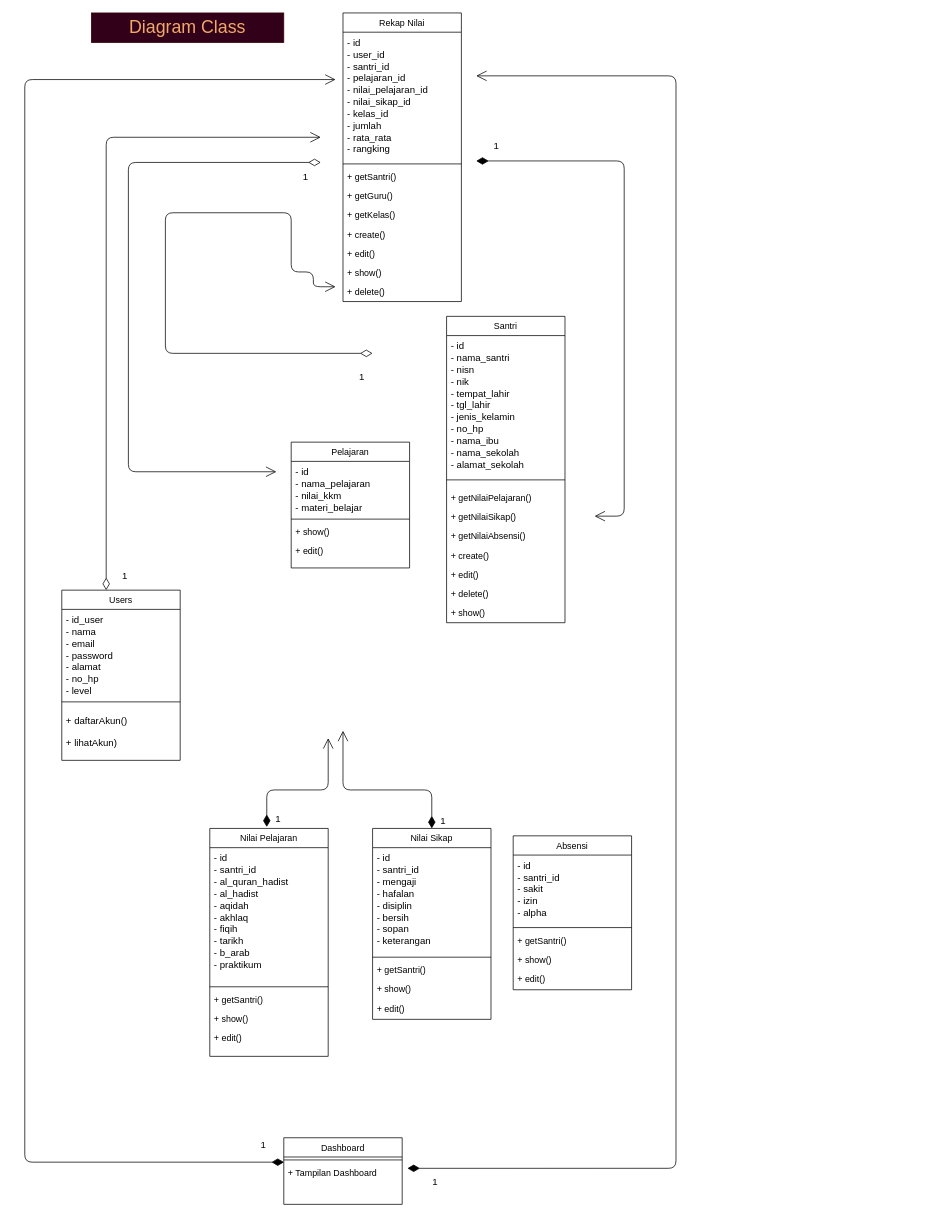
This is page "Diagram-Class" (4 of 17) of draw.io/Proyek-3.drawio from Tugas-Proyek-Polindra/proyek-3, a draw.io file, before an edit. Source tidied: cells renumbered, new cells numbered last; positions are measured from the earlier drawing's top-left corner, leaving out a move shared by most shapes. Both pictures are drawn from the tidied source at 74%, with x=0, y=0 at pixel (24, 13).
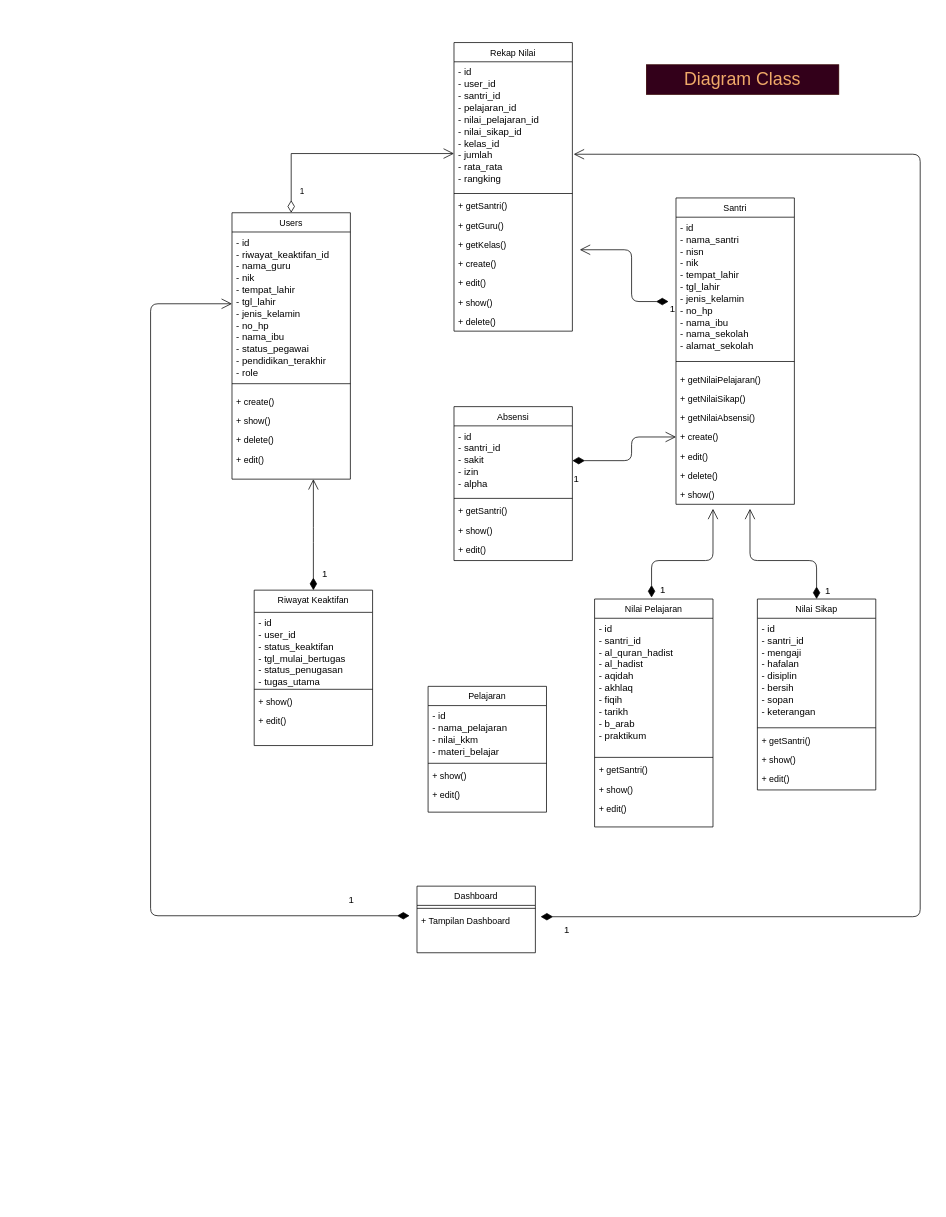
The same diagram, later.

The change refers to these unchanged cells:
```xml
<mxCell id="20" value="- id &#10;- user_id&#10;- santri_id&#10;- pelajaran_id&#10;- nilai_pelajaran_id&#10;- nilai_sikap_id&#10;- kelas_id&#10;- jumlah&#10;- rata_rata&#10;- rangking" style="text;align=left;verticalAlign=top;spacingLeft=4;spacingRight=4;overflow=hidden;points=[[0,0.5],[1,0.5]];portConstraint=eastwest;fontSize=13;" parent="19" vertex="1">
  <mxGeometry y="26" width="160" height="174" as="geometry" />
</mxCell>
<mxCell id="37" style="line;html=1;strokeWidth=1;align=left;verticalAlign=middle;spacingTop=-1;spacingLeft=3;spacingRight=3;labelPosition=right;points=[];portConstraint=eastwest;" parent="36" vertex="1">
  <mxGeometry y="26" width="160" height="8" as="geometry" />
</mxCell>
<mxCell id="38" value="+ Tampilan Dashboard" style="text;align=left;verticalAlign=top;spacingLeft=4;spacingRight=4;overflow=hidden;points=[[0,0.5],[1,0.5]];portConstraint=eastwest;fontStyle=0;" parent="36" vertex="1">
  <mxGeometry y="34" width="160" height="46" as="geometry" />
</mxCell>
<mxCell id="47" value="+ create()" style="text;align=left;verticalAlign=top;spacingLeft=4;spacingRight=4;overflow=hidden;points=[[0,0.5],[1,0.5]];portConstraint=eastwest;" parent="41" vertex="1">
  <mxGeometry y="310" width="160" height="26" as="geometry" />
</mxCell>
```

The edit, as a diff of the source:
```diff
@@
     <mxCell id="2" value="1" style="endArrow=open;html=1;endSize=12;startArrow=diamondThin;startSize=14;startFill=1;edgeStyle=orthogonalEdgeStyle;align=left;verticalAlign=bottom;fontSize=13;exitX=0.5;exitY=0;exitDx=0;exitDy=0;" parent="1" edge="1" source="29">
       <mxGeometry x="-1" y="-10" relative="1" as="geometry">
-        <mxPoint x="430" y="970" as="targetPoint" />
+        <mxPoint x="980" y="670" as="targetPoint" />
         <Array as="points">
-          <mxPoint x="550" y="1050" />
-          <mxPoint x="430" y="1050" />
+          <mxPoint x="1070" y="740" />
+          <mxPoint x="980" y="740" />
         </Array>
       </mxGeometry>
     </mxCell>
     <mxCell id="3" value="Users" style="swimlane;fontStyle=0;align=center;verticalAlign=top;horizontal=1;startSize=26;rounded=0;shadow=0;strokeWidth=1;" parent="1" vertex="1">
-      <mxGeometry x="50" y="780" width="160" height="230" as="geometry" />
+      <mxGeometry x="280" y="270" width="160" height="360" as="geometry" />
     </mxCell>
-    <mxCell id="4" value="- id_user&#10;- nama&#10;- email&#10;- password&#10;- alamat&#10;- no_hp&#10;- level" style="text;align=left;verticalAlign=top;spacingLeft=4;spacingRight=4;overflow=hidden;points=[[0,0.5],[1,0.5]];portConstraint=eastwest;fontSize=13;" parent="3" vertex="1">
-      <mxGeometry y="26" width="160" height="114" as="geometry" />
+    <mxCell id="4" value="- id&#10;- riwayat_keaktifan_id&#10;- nama_guru&#10;- nik&#10;- tempat_lahir&#10;- tgl_lahir&#10;- jenis_kelamin&#10;- no_hp&#10;- nama_ibu&#10;- status_pegawai&#10;- pendidikan_terakhir&#10;- role" style="text;align=left;verticalAlign=top;spacingLeft=4;spacingRight=4;overflow=hidden;points=[[0,0.5],[1,0.5]];portConstraint=eastwest;fontSize=13;" parent="3" vertex="1">
+      <mxGeometry y="26" width="160" height="194" as="geometry" />
     </mxCell>
     <mxCell id="5" style="line;html=1;strokeWidth=1;align=left;verticalAlign=middle;spacingTop=-1;spacingLeft=3;spacingRight=3;labelPosition=right;" parent="3" vertex="1">
-      <mxGeometry y="140" width="160" height="22" as="geometry" />
+      <mxGeometry y="220" width="160" height="22" as="geometry" />
     </mxCell>
-    <mxCell id="6" value="+ daftarAkun()&#10;" style="text;align=left;verticalAlign=top;spacingLeft=4;spacingRight=4;overflow=hidden;fontSize=13;" parent="3" vertex="1">
-      <mxGeometry y="162" width="160" height="30" as="geometry" />
-    </mxCell>
-    <mxCell id="7" value="+ lihatAkun)&#10;" style="text;align=left;verticalAlign=top;spacingLeft=4;spacingRight=4;overflow=hidden;fontSize=13;" parent="3" vertex="1">
-      <mxGeometry y="192" width="160" height="30" as="geometry" />
-    </mxCell>
+    <mxCell id="62" value="+ create()" style="text;align=left;verticalAlign=top;spacingLeft=4;spacingRight=4;overflow=hidden;" parent="3" vertex="1">
+      <mxGeometry y="242" width="160" height="26" as="geometry" />
+    </mxCell>
+    <mxCell id="63" value="+ show()" style="text;strokeColor=none;fillColor=none;align=left;verticalAlign=top;spacingLeft=4;spacingRight=4;overflow=hidden;" parent="3" vertex="1">
+      <mxGeometry y="268" width="160" height="26" as="geometry" />
+    </mxCell>
+    <mxCell id="64" value="+ delete()" style="text;strokeColor=none;fillColor=none;align=left;verticalAlign=top;spacingLeft=4;spacingRight=4;overflow=hidden;" parent="3" vertex="1">
+      <mxGeometry y="294" width="160" height="26" as="geometry" />
+    </mxCell>
+    <mxCell id="65" value="+ edit()&#10;" style="text;align=left;verticalAlign=top;spacingLeft=4;spacingRight=4;overflow=hidden;" parent="3" vertex="1">
+      <mxGeometry y="320" width="160" height="26" as="geometry" />
+    </mxCell>
     <mxCell id="8" value="Pelajaran" style="swimlane;fontStyle=0;align=center;verticalAlign=top;horizontal=1;startSize=26;rounded=0;shadow=0;strokeWidth=1;" parent="1" vertex="1">
-      <mxGeometry x="360" y="580" width="160" height="170" as="geometry" />
+      <mxGeometry x="545" y="910" width="160" height="170" as="geometry" />
     </mxCell>
@@
     <mxCell id="13" value="Nilai Pelajaran" style="swimlane;fontStyle=0;align=center;verticalAlign=top;horizontal=1;startSize=26;rounded=0;shadow=0;strokeWidth=1;" parent="1" vertex="1">
-      <mxGeometry x="250" y="1102" width="160" height="308" as="geometry" />
+      <mxGeometry x="770" y="792" width="160" height="308" as="geometry" />
     </mxCell>
@@
     <mxCell id="19" value="Rekap Nilai" style="swimlane;fontStyle=0;align=center;verticalAlign=top;horizontal=1;startSize=26;rounded=0;shadow=0;strokeWidth=1;" parent="1" vertex="1">
-      <mxGeometry x="430" width="160" height="390" as="geometry" />
+      <mxGeometry x="580" y="40" width="160" height="390" as="geometry" />
     </mxCell>
@@
     <mxCell id="29" value="Nilai Sikap" style="swimlane;fontStyle=0;align=center;verticalAlign=top;horizontal=1;startSize=26;rounded=0;shadow=0;strokeWidth=1;" parent="1" vertex="1">
-      <mxGeometry x="470" y="1102" width="160" height="258" as="geometry" />
+      <mxGeometry x="990" y="792" width="160" height="258" as="geometry" />
     </mxCell>
@@
     <mxCell id="35" value="1" style="endArrow=open;html=1;endSize=12;startArrow=diamondThin;startSize=14;startFill=1;edgeStyle=orthogonalEdgeStyle;align=left;verticalAlign=bottom;fontSize=13;" parent="1" edge="1">
       <mxGeometry x="-1" y="-10" relative="1" as="geometry">
-        <mxPoint x="327" y="1100" as="sourcePoint" />
-        <mxPoint x="410" y="980" as="targetPoint" />
+        <mxPoint x="847" y="790" as="sourcePoint" />
+        <mxPoint x="930" y="670" as="targetPoint" />
         <Array as="points">
-          <mxPoint x="327" y="1050" />
-          <mxPoint x="410" y="1050" />
+          <mxPoint x="847" y="740" />
+          <mxPoint x="930" y="740" />
         </Array>
       </mxGeometry>
     </mxCell>
     <mxCell id="36" value="Dashboard" style="swimlane;fontStyle=0;align=center;verticalAlign=top;horizontal=1;startSize=26;rounded=0;shadow=0;strokeWidth=1;" parent="1" vertex="1">
-      <mxGeometry x="350" y="1520" width="160" height="90" as="geometry" />
+      <mxGeometry x="530" y="1180" width="160" height="90" as="geometry" />
     </mxCell>
@@
-    <mxCell id="39" value="1" style="endArrow=open;html=1;endSize=12;startArrow=diamondThin;startSize=14;startFill=1;edgeStyle=orthogonalEdgeStyle;align=left;verticalAlign=bottom;fontSize=13;exitX=0.002;exitY=0.875;exitDx=0;exitDy=0;exitPerimeter=0;" parent="1" edge="1" source="37">
-      <mxGeometry x="-0.97" y="-13" relative="1" as="geometry">
-        <mxPoint x="420" y="90" as="targetPoint" />
-        <Array as="points">
-          <mxPoint y="1553" />
-          <mxPoint y="90" />
-        </Array>
-      </mxGeometry>
-    </mxCell>
-    <mxCell id="40" value="1" style="endArrow=open;html=1;endSize=12;startArrow=diamondThin;startSize=14;startFill=1;edgeStyle=orthogonalEdgeStyle;align=left;verticalAlign=bottom;fontSize=13;exitX=1.044;exitY=0.159;exitDx=0;exitDy=0;exitPerimeter=0;" parent="1" edge="1" source="38">
+    <mxCell id="40" value="1" style="endArrow=open;html=1;endSize=12;startArrow=diamondThin;startSize=14;startFill=1;edgeStyle=orthogonalEdgeStyle;align=left;verticalAlign=bottom;fontSize=13;exitX=1.044;exitY=0.159;exitDx=0;exitDy=0;exitPerimeter=0;entryX=1.011;entryY=0.718;entryDx=0;entryDy=0;entryPerimeter=0;" parent="1" edge="1" source="38" target="20">
       <mxGeometry x="-0.97" y="-29" relative="1" as="geometry">
-        <mxPoint x="610" y="85" as="targetPoint" />
         <Array as="points">
-          <mxPoint x="880" y="1561" />
-          <mxPoint x="880" y="85" />
+          <mxPoint x="1210" y="1221" />
+          <mxPoint x="1210" y="191" />
         </Array>
       </mxGeometry>
     </mxCell>
     <mxCell id="41" value="Santri" style="swimlane;fontStyle=0;align=center;verticalAlign=top;horizontal=1;startSize=26;rounded=0;shadow=0;strokeWidth=1;" parent="1" vertex="1">
-      <mxGeometry x="570" y="410" width="160" height="414" as="geometry" />
+      <mxGeometry x="880" y="250" width="160" height="414" as="geometry" />
     </mxCell>
@@
-    <mxCell id="51" value="1" style="endArrow=open;html=1;endSize=12;startArrow=diamondThin;startSize=14;startFill=1;edgeStyle=orthogonalEdgeStyle;align=left;verticalAlign=bottom;fontSize=13;entryX=0.5;entryY=0;entryDx=0;entryDy=0;" parent="1" edge="1">
-      <mxGeometry x="-0.94" y="10" relative="1" as="geometry">
-        <mxPoint x="610" y="200" as="sourcePoint" />
-        <mxPoint x="770" y="680" as="targetPoint" />
+    <mxCell id="51" value="1" style="endArrow=open;html=1;endSize=12;startArrow=diamondThin;startSize=14;startFill=1;edgeStyle=orthogonalEdgeStyle;align=left;verticalAlign=bottom;fontSize=13;" parent="1" edge="1">
+      <mxGeometry x="-1" y="20" relative="1" as="geometry">
+        <mxPoint x="870" y="390" as="sourcePoint" />
+        <mxPoint x="750" y="320" as="targetPoint" />
         <Array as="points">
-          <mxPoint x="810" y="200" />
-          <mxPoint x="810" y="680" />
+          <mxPoint x="820" y="390" />
+          <mxPoint x="820" y="320" />
         </Array>
       </mxGeometry>
     </mxCell>
-    <mxCell id="52" value="1" style="endArrow=open;html=1;endSize=12;startArrow=diamondThin;startSize=14;startFill=0;edgeStyle=orthogonalEdgeStyle;align=left;verticalAlign=bottom;fontSize=13;exitX=0.375;exitY=0;exitDx=0;exitDy=0;exitPerimeter=0;" parent="1" edge="1" source="3">
-      <mxGeometry x="-0.98" y="-20" relative="1" as="geometry">
-        <mxPoint x="400" y="168" as="targetPoint" />
-        <Array as="points">
-          <mxPoint x="110" y="168" />
-        </Array>
-      </mxGeometry>
-    </mxCell>
-    <mxCell id="53" value="1" style="endArrow=open;html=1;endSize=12;startArrow=diamondThin;startSize=14;startFill=0;edgeStyle=orthogonalEdgeStyle;align=left;verticalAlign=bottom;fontSize=13;" parent="1" edge="1">
-      <mxGeometry x="-0.95" y="42" relative="1" as="geometry">
-        <mxPoint x="470" y="460" as="sourcePoint" />
-        <mxPoint x="420" y="370" as="targetPoint" />
-        <Array as="points">
-          <mxPoint x="190" y="460" />
-          <mxPoint x="190" y="270" />
-          <mxPoint x="360" y="270" />
-          <mxPoint x="360" y="350" />
-          <mxPoint x="390" y="350" />
-          <mxPoint x="390" y="370" />
-        </Array>
-      </mxGeometry>
-    </mxCell>
-    <mxCell id="54" value="1" style="endArrow=open;html=1;endSize=12;startArrow=diamondThin;startSize=14;startFill=0;edgeStyle=orthogonalEdgeStyle;align=left;verticalAlign=bottom;fontSize=13;" parent="1" edge="1">
-      <mxGeometry x="-0.94" y="30" relative="1" as="geometry">
-        <mxPoint x="400" y="202" as="sourcePoint" />
-        <mxPoint x="340" y="620" as="targetPoint" />
-        <Array as="points">
-          <mxPoint x="140" y="202" />
-          <mxPoint x="140" y="620" />
-        </Array>
-      </mxGeometry>
-    </mxCell>
     <mxCell id="55" value="&lt;font color=&quot;#f0aa69&quot; style=&quot;font-size: 24px&quot;&gt;Diagram Class&lt;/font&gt;" style="text;html=1;align=center;verticalAlign=middle;whiteSpace=wrap;rounded=0;fontColor=#333333;strokeColor=#330000;fillColor=#33001A;" parent="1" vertex="1">
-      <mxGeometry x="90" width="260" height="40" as="geometry" />
+      <mxGeometry x="840" y="70" width="260" height="40" as="geometry" />
     </mxCell>
     <mxCell id="56" value="Absensi" style="swimlane;fontStyle=0;align=center;verticalAlign=top;horizontal=1;startSize=26;rounded=0;shadow=0;strokeWidth=1;" parent="1" vertex="1">
-      <mxGeometry x="660" y="1112" width="160" height="208" as="geometry" />
+      <mxGeometry x="580" y="532" width="160" height="208" as="geometry" />
     </mxCell>
@@
+    <mxCell id="66" value="Riwayat Keaktifan" style="swimlane;fontStyle=0;align=center;verticalAlign=top;horizontal=1;startSize=30;rounded=0;shadow=0;strokeWidth=1;" parent="1" vertex="1">
+      <mxGeometry x="310" y="780" width="160" height="210" as="geometry" />
+    </mxCell>
+    <mxCell id="67" value="- id&#10;- user_id&#10;- status_keaktifan&#10;- tgl_mulai_bertugas&#10;- status_penugasan&#10;- tugas_utama" style="text;align=left;verticalAlign=top;spacingLeft=4;spacingRight=4;overflow=hidden;fontSize=13;" parent="66" vertex="1">
+      <mxGeometry y="30" width="160" height="100" as="geometry" />
+    </mxCell>
+    <mxCell id="68" style="line;html=1;strokeWidth=1;align=left;verticalAlign=middle;spacingTop=-1;spacingLeft=3;spacingRight=3;labelPosition=right;" parent="66" vertex="1">
+      <mxGeometry y="130" width="160" height="8" as="geometry" />
+    </mxCell>
+    <mxCell id="69" value="+ show()" style="text;strokeColor=none;fillColor=none;align=left;verticalAlign=top;spacingLeft=4;spacingRight=4;overflow=hidden;" parent="66" vertex="1">
+      <mxGeometry y="138" width="160" height="26" as="geometry" />
+    </mxCell>
+    <mxCell id="70" value="+ edit()&#10;" style="text;align=left;verticalAlign=top;spacingLeft=4;spacingRight=4;overflow=hidden;" parent="66" vertex="1">
+      <mxGeometry y="164" width="160" height="26" as="geometry" />
+    </mxCell>
+    <mxCell id="71" value="1" style="endArrow=open;html=1;endSize=12;startArrow=diamondThin;startSize=14;startFill=1;edgeStyle=orthogonalEdgeStyle;align=left;verticalAlign=bottom;fontSize=13;entryX=0;entryY=0.5;entryDx=0;entryDy=0;" parent="1" edge="1" target="47">
+      <mxGeometry x="-1" y="-35" relative="1" as="geometry">
+        <mxPoint x="740" y="605" as="sourcePoint" />
+        <Array as="points">
+          <mxPoint x="820" y="605" />
+          <mxPoint x="820" y="573" />
+        </Array>
+      </mxGeometry>
+    </mxCell>
+    <mxCell id="72" value="1" style="endArrow=open;html=1;endSize=12;startArrow=diamondThin;startSize=14;startFill=1;edgeStyle=orthogonalEdgeStyle;align=left;verticalAlign=bottom;fontSize=13;exitX=0.5;exitY=0;exitDx=0;exitDy=0;" parent="1" edge="1" source="66">
+      <mxGeometry x="-0.87" y="-10" relative="1" as="geometry">
+        <mxPoint x="390" y="630" as="targetPoint" />
+        <mxPoint y="-1" as="offset" />
+      </mxGeometry>
+    </mxCell>
+    <mxCell id="73" value="1" style="endArrow=open;html=1;endSize=12;startArrow=diamondThin;startSize=14;startFill=0;edgeStyle=orthogonalEdgeStyle;align=left;verticalAlign=bottom;rounded=0;exitX=0.5;exitY=0;exitDx=0;exitDy=0;" parent="1" edge="1" source="3">
+      <mxGeometry x="-0.87" y="-10" relative="1" as="geometry">
+        <mxPoint x="580" y="190" as="targetPoint" />
+        <Array as="points">
+          <mxPoint x="360" y="190" />
+        </Array>
+      </mxGeometry>
+    </mxCell>
+    <mxCell id="74" value="1" style="endArrow=open;html=1;endSize=12;startArrow=diamondThin;startSize=14;startFill=1;edgeStyle=orthogonalEdgeStyle;align=left;verticalAlign=bottom;fontSize=13;entryX=0;entryY=0.5;entryDx=0;entryDy=0;" parent="1" edge="1" target="4">
+      <mxGeometry x="-0.87" y="-10" relative="1" as="geometry">
+        <mxPoint x="520" y="1220" as="sourcePoint" />
+        <Array as="points">
+          <mxPoint x="170" y="1220" />
+          <mxPoint x="170" y="393" />
+        </Array>
+        <mxPoint y="-1" as="offset" />
+      </mxGeometry>
+    </mxCell>
```
